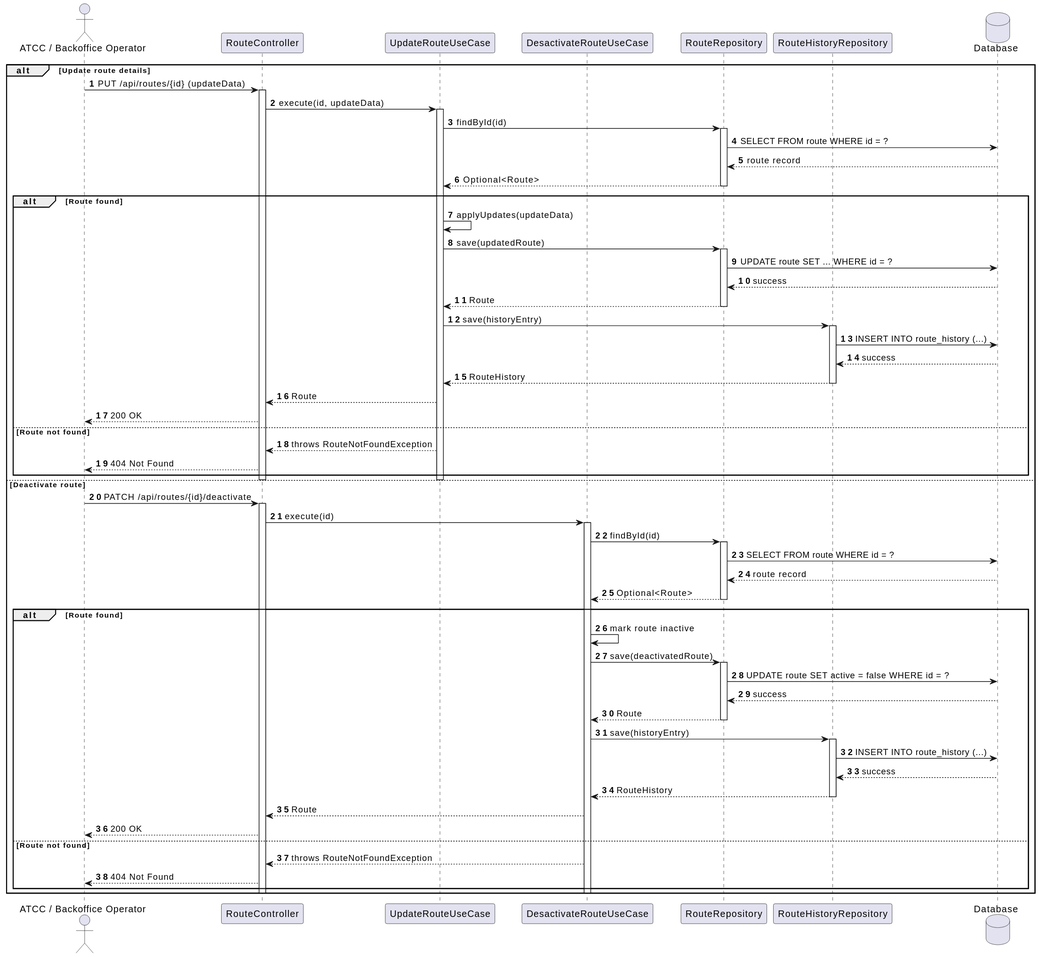
VascoMagolo/psoft_1231562_1241692_1242036_2db keeps this PlantUML diagram as docs/system-documentation/use-cases/WP3A/US112/svg/sd_us112.svg. Above is the earlier version.
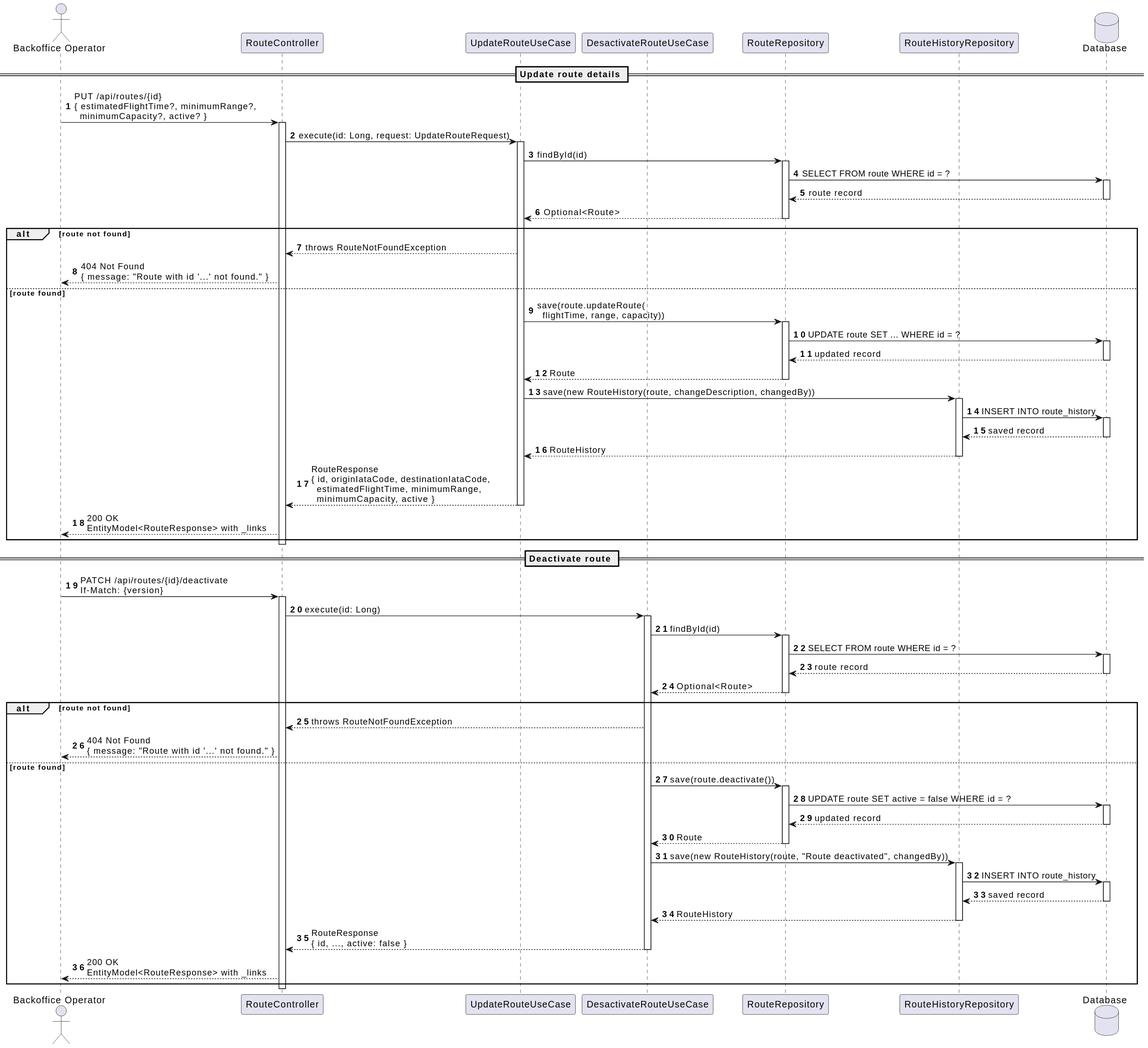
After the change.

Diff of the diagram source:
```diff
@@ -1,6 +1,6 @@
 @startuml
 autonumber
-actor "ATCC / Backoffice Operator" as Actor
+actor "Backoffice Operator" as Actor
 participant "RouteController" as Ctrl
 participant "UpdateRouteUseCase" as UpdateUC
 participant "DesactivateRouteUseCase" as DeactivateUC
@@ -8,79 +8,93 @@
 participant "RouteHistoryRepository" as HistoryRepo
 database "Database" as DB
 
-alt Update route details
-Actor -> Ctrl : PUT /api/routes/{id} (updateData)
+== Update route details ==
+Actor -> Ctrl : PUT /api/routes/{id}\n{ estimatedFlightTime?, minimumRange?,\n  minimumCapacity?, active? }
 activate Ctrl
 
-Ctrl -> UpdateUC : execute(id, updateData)
+Ctrl -> UpdateUC : execute(id: Long, request: UpdateRouteRequest)
 activate UpdateUC
 
 UpdateUC -> Repo : findById(id)
 activate Repo
 Repo -> DB : SELECT FROM route WHERE id = ?
+activate DB
 DB --> Repo : route record
+deactivate DB
 Repo --> UpdateUC : Optional<Route>
 deactivate Repo
 
-alt Route found
-    UpdateUC -> UpdateUC : applyUpdates(updateData)
-    UpdateUC -> Repo : save(updatedRoute)
-    activate Repo
-    Repo -> DB : UPDATE route SET ... WHERE id = ?
-    DB --> Repo : success
-    Repo --> UpdateUC : Route
-    deactivate Repo
-    UpdateUC -> HistoryRepo : save(historyEntry)
-    activate HistoryRepo
-    HistoryRepo -> DB : INSERT INTO route_history (...)
-    DB --> HistoryRepo : success
-    HistoryRepo --> UpdateUC : RouteHistory
-    deactivate HistoryRepo
-    UpdateUC --> Ctrl : Route
-    Ctrl --> Actor : 200 OK
-else Route not found
-    UpdateUC --> Ctrl : throws RouteNotFoundException
-    Ctrl --> Actor : 404 Not Found
+alt route not found
+  UpdateUC --> Ctrl : throws RouteNotFoundException
+  Ctrl --> Actor : 404 Not Found\n{ message: "Route with id '...' not found." }
+else route found
+  UpdateUC -> Repo : save(route.updateRoute(\n  flightTime, range, capacity))
+  activate Repo
+  Repo -> DB : UPDATE route SET ... WHERE id = ?
+  activate DB
+  DB --> Repo : updated record
+  deactivate DB
+  Repo --> UpdateUC : Route
+  deactivate Repo
+
+  UpdateUC -> HistoryRepo : save(new RouteHistory(route, changeDescription, changedBy))
+  activate HistoryRepo
+  HistoryRepo -> DB : INSERT INTO route_history
+  activate DB
+  DB --> HistoryRepo : saved record
+  deactivate DB
+  HistoryRepo --> UpdateUC : RouteHistory
+  deactivate HistoryRepo
+
+  UpdateUC --> Ctrl : RouteResponse\n{ id, originIataCode, destinationIataCode,\n  estimatedFlightTime, minimumRange,\n  minimumCapacity, active }
+  deactivate UpdateUC
+  Ctrl --> Actor : 200 OK\nEntityModel<RouteResponse> with _links
 end
 
-deactivate UpdateUC
 deactivate Ctrl
-else Deactivate route
-Actor -> Ctrl : PATCH /api/routes/{id}/deactivate
+
+== Deactivate route ==
+Actor -> Ctrl : PATCH /api/routes/{id}/deactivate\nIf-Match: {version}
 activate Ctrl
 
-Ctrl -> DeactivateUC : execute(id)
+Ctrl -> DeactivateUC : execute(id: Long)
 activate DeactivateUC
 
 DeactivateUC -> Repo : findById(id)
 activate Repo
 Repo -> DB : SELECT FROM route WHERE id = ?
+activate DB
 DB --> Repo : route record
+deactivate DB
 Repo --> DeactivateUC : Optional<Route>
 deactivate Repo
 
-alt Route found
-    DeactivateUC -> DeactivateUC : mark route inactive
-    DeactivateUC -> Repo : save(deactivatedRoute)
-    activate Repo
-    Repo -> DB : UPDATE route SET active = false WHERE id = ?
-    DB --> Repo : success
-    Repo --> DeactivateUC : Route
-    deactivate Repo
-    DeactivateUC -> HistoryRepo : save(historyEntry)
-    activate HistoryRepo
-    HistoryRepo -> DB : INSERT INTO route_history (...)
-    DB --> HistoryRepo : success
-    HistoryRepo --> DeactivateUC : RouteHistory
-    deactivate HistoryRepo
-    DeactivateUC --> Ctrl : Route
-    Ctrl --> Actor : 200 OK
-else Route not found
-    DeactivateUC --> Ctrl : throws RouteNotFoundException
-    Ctrl --> Actor : 404 Not Found
+alt route not found
+  DeactivateUC --> Ctrl : throws RouteNotFoundException
+  Ctrl --> Actor : 404 Not Found\n{ message: "Route with id '...' not found." }
+else route found
+  DeactivateUC -> Repo : save(route.deactivate())
+  activate Repo
+  Repo -> DB : UPDATE route SET active = false WHERE id = ?
+  activate DB
+  DB --> Repo : updated record
+  deactivate DB
+  Repo --> DeactivateUC : Route
+  deactivate Repo
+
+  DeactivateUC -> HistoryRepo : save(new RouteHistory(route, "Route deactivated", changedBy))
+  activate HistoryRepo
+  HistoryRepo -> DB : INSERT INTO route_history
+  activate DB
+  DB --> HistoryRepo : saved record
+  deactivate DB
+  HistoryRepo --> DeactivateUC : RouteHistory
+  deactivate HistoryRepo
+
+  DeactivateUC --> Ctrl : RouteResponse\n{ id, ..., active: false }
+  deactivate DeactivateUC
+  Ctrl --> Actor : 200 OK\nEntityModel<RouteResponse> with _links
 end
 
-deactivate DeactivateUC
 deactivate Ctrl
-end
 @enduml
```
